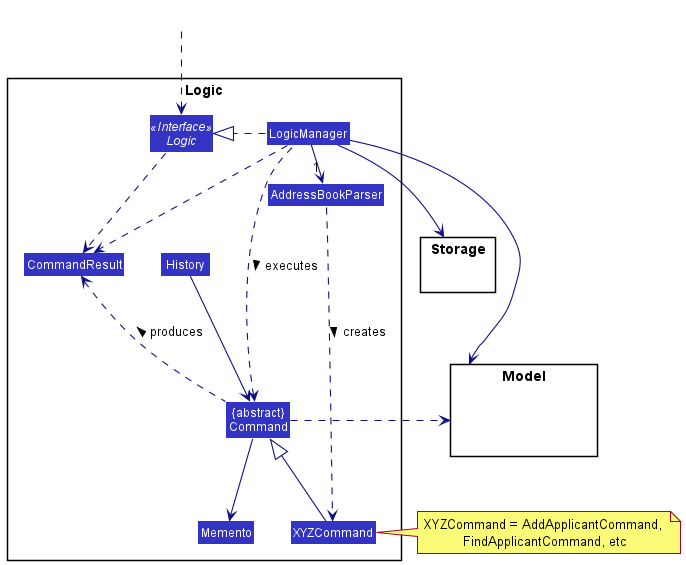
This is docs/images/LogicClassDiagram.png from nus-cs2103-AY2122S1/tp, a PlantUML export, as it was before one commit.
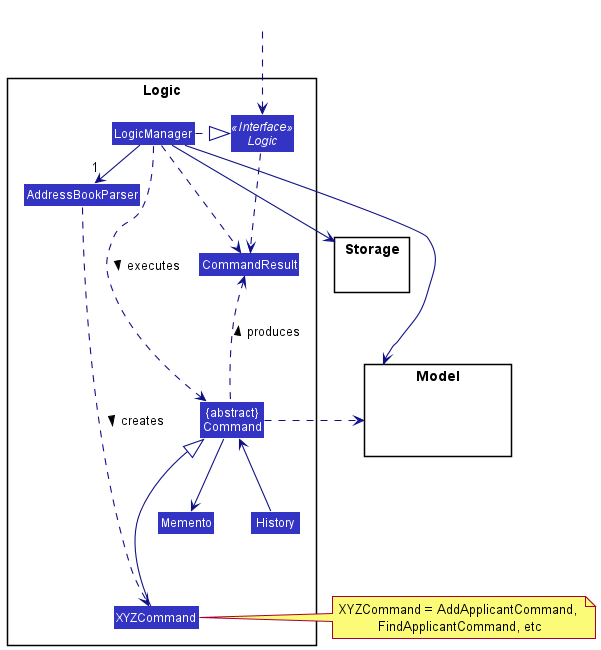
Above is the later version.

Commit message:
Update ModelClassDiagram (did not include classes related to position)

Change to the diagram source:
```diff
@@ -47,4 +47,6 @@
 
 Command --> Memento
 History --> Command
+History -[hidden]left-> Memento
+History -[hidden]down-> XYZCommand
 @enduml
```
